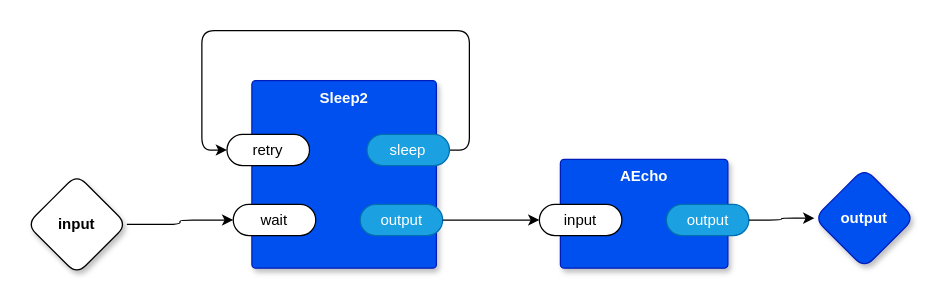
The draw.io diagram page "w2" (2 of 5) of example.drawio in guitarvydas/odin0d, before the edit. Source tidied: cells renumbered, new cells numbered last; positions are measured from the earlier drawing's top-left corner, leaving out a move shared by most shapes. Both pictures are drawn from the tidied source at 125%, with x=0, y=0 at pixel (26, 30).
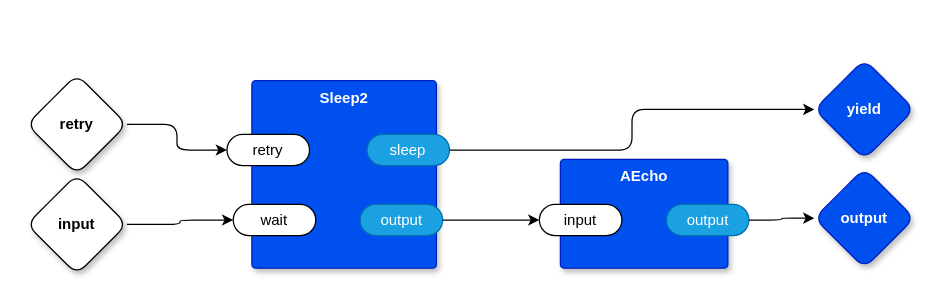
Above is the later version.

Change to the diagram source:
```diff
@@
 <mxGraphModel>
   <root>
     <mxCell id="0" />
     <mxCell id="1" parent="0" />
     <mxCell id="2" value="AEcho" style="rounded=1;whiteSpace=wrap;html=1;sketch=0;verticalAlign=top;arcSize=6;fontStyle=1;absoluteArcSize=1;shadow=1;strokeColor=#001DBC;fillColor=#0050ef;fontColor=#ffffff;" parent="1" vertex="1">
       <mxGeometry x="426.8" y="103" width="134" height="87" as="geometry" />
     </mxCell>
     <mxCell id="3" value="input" style="rounded=1;whiteSpace=wrap;html=1;sketch=0;points=[[0,0.5,0,0,0],[1,0.5,0,0,0]];arcSize=50;" parent="2" vertex="1">
       <mxGeometry x="-16.8" y="36" width="66" height="25" as="geometry" />
     </mxCell>
     <mxCell id="4" value="output" style="rounded=1;whiteSpace=wrap;html=1;sketch=0;points=[[0,0.5,0,0,0],[1,0.5,0,0,0]];fillColor=#1ba1e2;fontColor=#ffffff;strokeColor=#006EAF;arcSize=50;" parent="2" vertex="1">
       <mxGeometry x="84.8" y="36" width="66" height="25" as="geometry" />
     </mxCell>
     <mxCell id="5" style="edgeStyle=orthogonalEdgeStyle;rounded=1;jettySize=auto;html=1;" parent="1" edge="1" source="6" target="10">
       <mxGeometry relative="1" as="geometry" />
     </mxCell>
     <mxCell id="6" value="input" style="rhombus;whiteSpace=wrap;html=1;rounded=1;fontStyle=1;glass=0;sketch=0;fontSize=12;points=[[0,0.5,0,0,0],[0.5,0,0,0,0],[0.5,1,0,0,0],[1,0.5,0,0,0]];shadow=1;" parent="1" vertex="1">
       <mxGeometry y="115" width="80" height="80" as="geometry" />
     </mxCell>
     <mxCell id="7" value="output" style="rhombus;whiteSpace=wrap;html=1;rounded=1;fillColor=#0050ef;fontColor=#ffffff;strokeColor=#001DBC;fontStyle=1;glass=0;sketch=0;fontSize=12;points=[[0,0.5,0,0,0],[0.5,0,0,0,0],[0.5,1,0,0,0],[1,0.5,0,0,0]];shadow=1;" parent="1" vertex="1">
       <mxGeometry x="630" y="110" width="80" height="80" as="geometry" />
     </mxCell>
     <mxCell id="8" style="edgeStyle=orthogonalEdgeStyle;rounded=1;jettySize=auto;html=1;exitX=1;exitY=0.5;exitDx=0;exitDy=0;exitPerimeter=0;" parent="1" edge="1" source="4" target="7">
       <mxGeometry relative="1" as="geometry" />
     </mxCell>
     <mxCell id="9" value="Sleep2" style="rounded=1;whiteSpace=wrap;html=1;sketch=0;verticalAlign=top;arcSize=6;fontStyle=1;absoluteArcSize=1;shadow=1;strokeColor=#001DBC;fillColor=#0050ef;fontColor=#ffffff;" parent="1" vertex="1">
       <mxGeometry x="180" y="40" width="147.6" height="150" as="geometry" />
     </mxCell>
     <mxCell id="10" value="wait" style="rounded=1;whiteSpace=wrap;html=1;sketch=0;points=[[0,0.5,0,0,0],[1,0.5,0,0,0]];arcSize=50;" parent="9" vertex="1">
       <mxGeometry x="-14.9" y="99" width="66" height="25" as="geometry" />
     </mxCell>
     <mxCell id="11" value="output" style="rounded=1;whiteSpace=wrap;html=1;sketch=0;points=[[0,0.5,0,0,0],[1,0.5,0,0,0]];fillColor=#1ba1e2;fontColor=#ffffff;strokeColor=#006EAF;arcSize=50;" parent="9" vertex="1">
       <mxGeometry x="86.6" y="99" width="66" height="25" as="geometry" />
     </mxCell>
     <mxCell id="12" value="retry" style="rounded=1;whiteSpace=wrap;html=1;sketch=0;points=[[0,0.5,0,0,0],[1,0.5,0,0,0]];arcSize=50;" parent="9" vertex="1">
       <mxGeometry x="-19.9" y="43" width="66" height="25" as="geometry" />
     </mxCell>
-    <mxCell id="13" style="edgeStyle=orthogonalEdgeStyle;rounded=1;jettySize=auto;html=1;entryX=0;entryY=0.5;entryDx=0;entryDy=0;entryPerimeter=0;" parent="9" edge="1" source="14" target="12">
-      <mxGeometry relative="1" as="geometry">
-        <Array as="points">
-          <mxPoint x="174" y="56" />
-          <mxPoint x="174" y="-40" />
-          <mxPoint x="-40" y="-40" />
-          <mxPoint x="-40" y="56" />
-        </Array>
-      </mxGeometry>
-    </mxCell>
     <mxCell id="14" value="sleep" style="rounded=1;whiteSpace=wrap;html=1;sketch=0;points=[[0,0.5,0,0,0],[1,0.5,0,0,0]];fillColor=#1ba1e2;fontColor=#ffffff;strokeColor=#006EAF;arcSize=50;" parent="9" vertex="1">
       <mxGeometry x="92.1" y="43" width="66" height="25" as="geometry" />
     </mxCell>
     <mxCell id="15" style="edgeStyle=orthogonalEdgeStyle;rounded=1;jettySize=auto;html=1;exitX=1;exitY=0.5;exitDx=0;exitDy=0;exitPerimeter=0;" parent="1" edge="1" source="11" target="3">
       <mxGeometry relative="1" as="geometry" />
     </mxCell>
+    <mxCell id="16" style="edgeStyle=orthogonalEdgeStyle;rounded=1;jettySize=auto;html=1;exitX=1;exitY=0.5;exitDx=0;exitDy=0;exitPerimeter=0;entryX=0;entryY=0.5;entryDx=0;entryDy=0;entryPerimeter=0;" parent="1" edge="1" source="17" target="12">
+      <mxGeometry relative="1" as="geometry" />
+    </mxCell>
+    <mxCell id="17" value="retry" style="rhombus;whiteSpace=wrap;html=1;rounded=1;fontStyle=1;glass=0;sketch=0;fontSize=12;points=[[0,0.5,0,0,0],[0.5,0,0,0,0],[0.5,1,0,0,0],[1,0.5,0,0,0]];shadow=1;" parent="1" vertex="1">
+      <mxGeometry y="35" width="80" height="80" as="geometry" />
+    </mxCell>
+    <mxCell id="18" value="yield" style="rhombus;whiteSpace=wrap;html=1;rounded=1;fillColor=#0050ef;fontColor=#ffffff;strokeColor=#001DBC;fontStyle=1;glass=0;sketch=0;fontSize=12;points=[[0,0.5,0,0,0],[0.5,0,0,0,0],[0.5,1,0,0,0],[1,0.5,0,0,0]];shadow=1;" parent="1" vertex="1">
+      <mxGeometry x="630" y="23" width="80" height="80" as="geometry" />
+    </mxCell>
+    <mxCell id="19" style="edgeStyle=orthogonalEdgeStyle;rounded=1;jettySize=auto;html=1;" parent="1" edge="1" source="14" target="18">
+      <mxGeometry relative="1" as="geometry" />
+    </mxCell>
   </root>
 </mxGraphModel>
```
